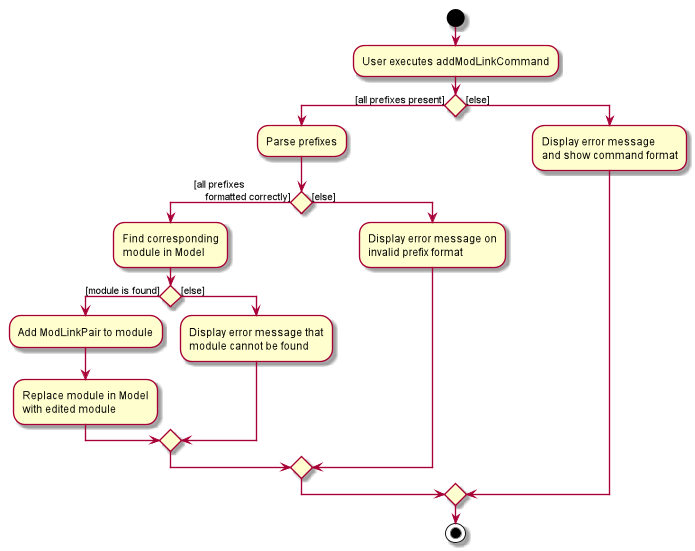
This is images/AddModLinkActivityDiagram.png from AY1920-CS2103-W15-3/addressbook-level3, a PlantUML export, as it was before one commit.
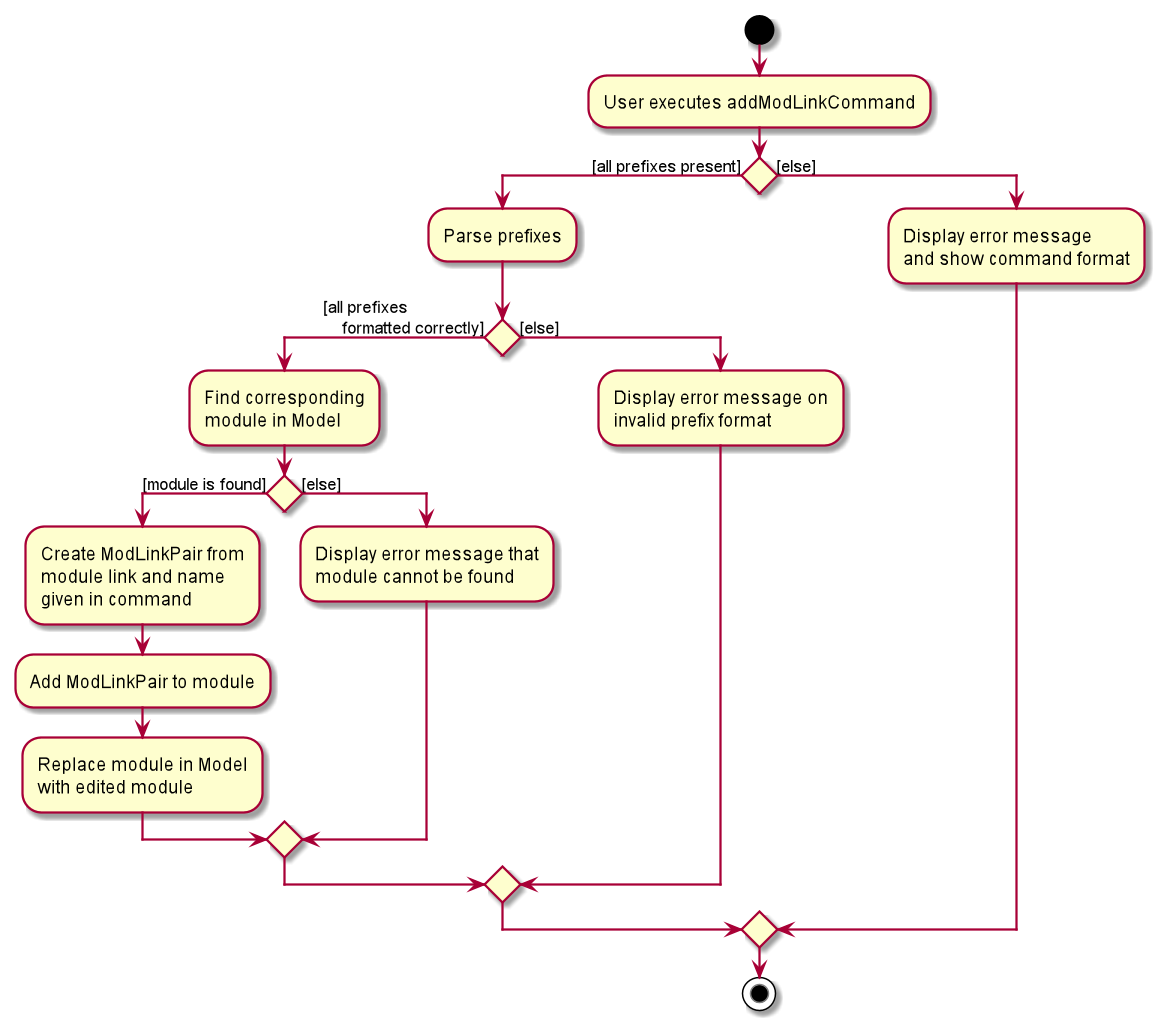
After the commit.

Change to the diagram source:
```diff
@@ -10,6 +10,7 @@
         :Find corresponding
         module in Model;
         if () then ([module is found])
+            :Create ModLinkPair from\nmodule link and name\ngiven in command;
             :Add ModLinkPair to module;
             :Replace module in Model
             with edited module;
```
